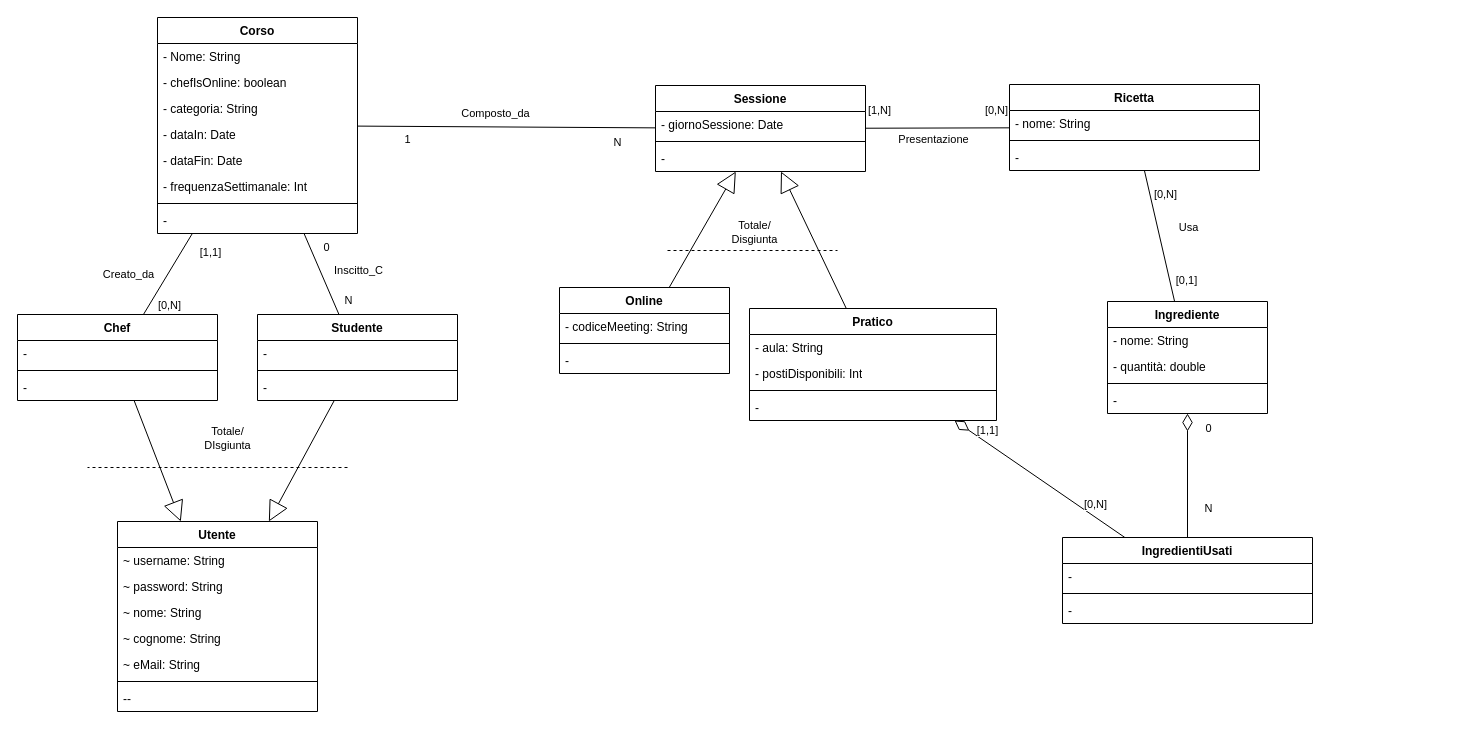
This is page "umlNonRistrutturato" (1 of 5) of bdd/uml/UML1.drawio from MetisWastaken/UninaFoodLab, a draw.io file, before an edit. Source tidied: cells renumbered, new cells numbered last; positions are measured from the earlier drawing's top-left corner, leaving out a move shared by most shapes. Both pictures are drawn from the tidied source at 100%, with x=0, y=0 at pixel (17, 17).
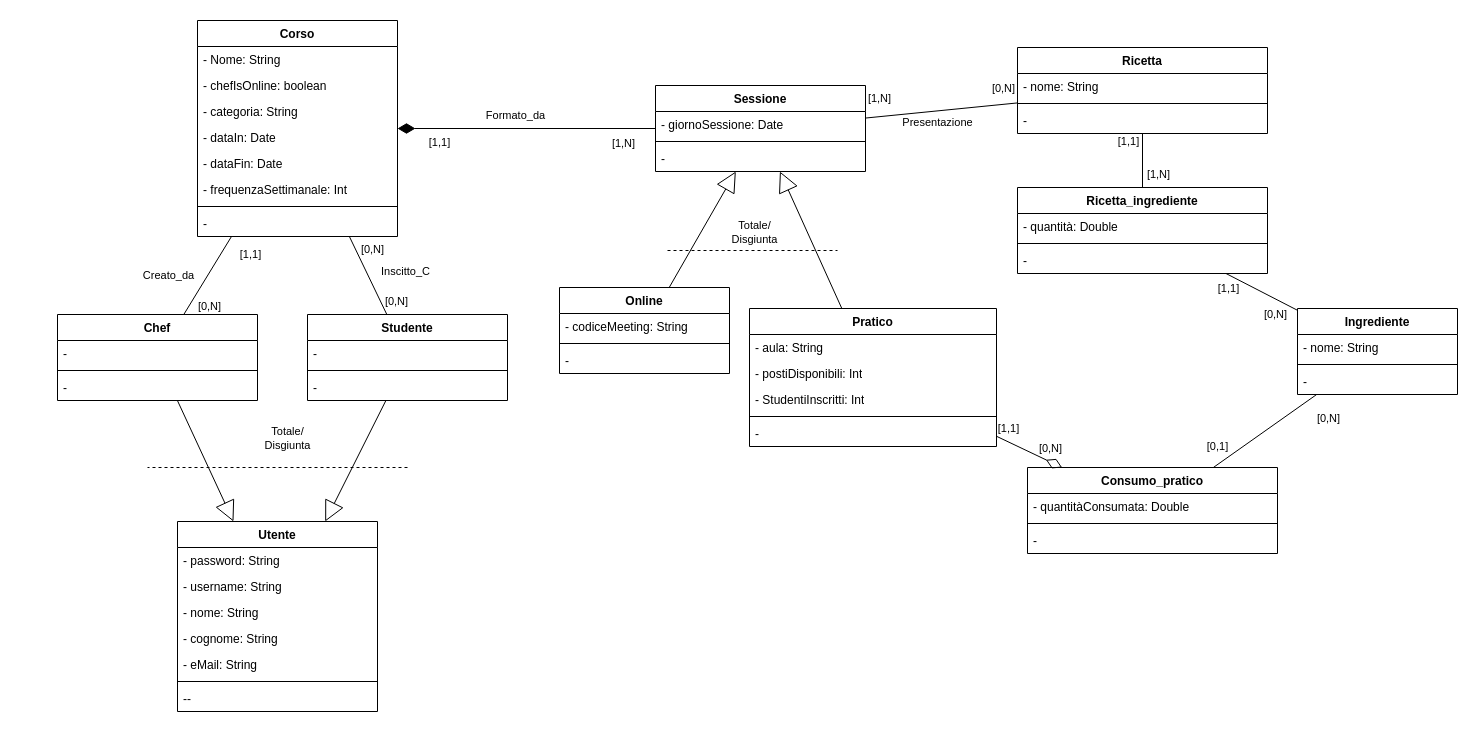
The same page after the edit.

The change refers to these unchanged cells:
```xml
<mxCell id="29" value="Sessione" style="swimlane;align=center;verticalAlign=top;horizontal=1;startSize=26;whiteSpace=wrap;html=1;" parent="1" vertex="1">
  <mxGeometry x="638" y="68" width="210" height="86" as="geometry" />
</mxCell>
<mxCell id="65" style="edgeStyle=none;shape=connector;rounded=0;jettySize=auto;html=1;strokeColor=default;strokeWidth=1;align=center;verticalAlign=middle;endArrow=none;endFill=0;endSize=6;" parent="1" edge="1" source="25" target="2">
  <mxGeometry relative="1" as="geometry" />
</mxCell>
```

Change to the diagram source:
```diff
@@
     <mxCell id="2" value="Corso" style="swimlane;align=center;verticalAlign=top;horizontal=1;startSize=26;whiteSpace=wrap;html=1;" parent="1" vertex="1">
-      <mxGeometry x="140" width="200" height="216" as="geometry" />
+      <mxGeometry x="180" y="3" width="200" height="216" as="geometry" />
     </mxCell>
@@
     <mxCell id="11" value="Utente" style="swimlane;align=center;verticalAlign=top;horizontal=1;startSize=26;whiteSpace=wrap;html=1;" parent="1" vertex="1">
-      <mxGeometry x="100" y="504" width="200" height="190" as="geometry" />
+      <mxGeometry x="160" y="504" width="200" height="190" as="geometry" />
     </mxCell>
+    <mxCell id="13" value="- password: String" style="text;strokeColor=none;fillColor=none;align=left;verticalAlign=top;spacingLeft=4;spacingRight=4;overflow=hidden;whiteSpace=wrap;html=1;" parent="11" vertex="1">
+      <mxGeometry y="26" width="200" height="26" as="geometry" />
+    </mxCell>
-    <mxCell id="12" value="~ username: String" style="text;strokeColor=none;fillColor=none;align=left;verticalAlign=top;spacingLeft=4;spacingRight=4;overflow=hidden;whiteSpace=wrap;html=1;" parent="11" vertex="1">
-      <mxGeometry y="26" width="200" height="26" as="geometry" />
+    <mxCell id="12" value="- username: String" style="text;strokeColor=none;fillColor=none;align=left;verticalAlign=top;spacingLeft=4;spacingRight=4;overflow=hidden;whiteSpace=wrap;html=1;" parent="11" vertex="1">
+      <mxGeometry y="52" width="200" height="26" as="geometry" />
     </mxCell>
-    <mxCell id="13" value="~ password: String" style="text;strokeColor=none;fillColor=none;align=left;verticalAlign=top;spacingLeft=4;spacingRight=4;overflow=hidden;whiteSpace=wrap;html=1;" parent="11" vertex="1">
-      <mxGeometry y="52" width="200" height="26" as="geometry" />
-    </mxCell>
-    <mxCell id="14" value="~ nome: String" style="text;strokeColor=none;fillColor=none;align=left;verticalAlign=top;spacingLeft=4;spacingRight=4;overflow=hidden;whiteSpace=wrap;html=1;" parent="11" vertex="1">
+    <mxCell id="14" value="- nome: String" style="text;strokeColor=none;fillColor=none;align=left;verticalAlign=top;spacingLeft=4;spacingRight=4;overflow=hidden;whiteSpace=wrap;html=1;" parent="11" vertex="1">
       <mxGeometry y="78" width="200" height="26" as="geometry" />
     </mxCell>
-    <mxCell id="15" value="~ cognome: String" style="text;strokeColor=none;fillColor=none;align=left;verticalAlign=top;spacingLeft=4;spacingRight=4;overflow=hidden;whiteSpace=wrap;html=1;" parent="11" vertex="1">
+    <mxCell id="15" value="- cognome: String" style="text;strokeColor=none;fillColor=none;align=left;verticalAlign=top;spacingLeft=4;spacingRight=4;overflow=hidden;whiteSpace=wrap;html=1;" parent="11" vertex="1">
       <mxGeometry y="104" width="200" height="26" as="geometry" />
     </mxCell>
-    <mxCell id="16" value="~&amp;nbsp;eMail: String" style="text;strokeColor=none;fillColor=none;align=left;verticalAlign=top;spacingLeft=4;spacingRight=4;overflow=hidden;whiteSpace=wrap;html=1;" parent="11" vertex="1">
+    <mxCell id="16" value="- eMail: String" style="text;strokeColor=none;fillColor=none;align=left;verticalAlign=top;spacingLeft=4;spacingRight=4;overflow=hidden;whiteSpace=wrap;html=1;" parent="11" vertex="1">
       <mxGeometry y="130" width="200" height="26" as="geometry" />
     </mxCell>
@@
     <mxCell id="20" value="Chef" style="swimlane;align=center;verticalAlign=top;horizontal=1;startSize=26;whiteSpace=wrap;html=1;" parent="1" vertex="1">
-      <mxGeometry y="297" width="200" height="86" as="geometry" />
+      <mxGeometry x="40" y="297" width="200" height="86" as="geometry" />
     </mxCell>
@@
     <mxCell id="25" value="Studente" style="swimlane;align=center;verticalAlign=top;horizontal=1;startSize=26;whiteSpace=wrap;html=1;" parent="1" vertex="1">
-      <mxGeometry x="240" y="297" width="200" height="86" as="geometry" />
+      <mxGeometry x="290" y="297" width="200" height="86" as="geometry" />
     </mxCell>
@@
     <mxCell id="38" value="Ingrediente" style="swimlane;align=center;verticalAlign=top;horizontal=1;startSize=26;whiteSpace=wrap;html=1;" parent="1" vertex="1">
-      <mxGeometry x="1090" y="284" width="160" height="112" as="geometry" />
+      <mxGeometry x="1280" y="291" width="160" height="86" as="geometry" />
     </mxCell>
@@
-    <mxCell id="40" value="- quantità: double" style="text;strokeColor=none;fillColor=none;align=left;verticalAlign=top;spacingLeft=4;spacingRight=4;overflow=hidden;whiteSpace=wrap;html=1;" parent="38" vertex="1">
-      <mxGeometry y="52" width="160" height="26" as="geometry" />
-    </mxCell>
     <mxCell id="41" style="line;strokeWidth=1;fillColor=none;align=left;verticalAlign=middle;spacingTop=-1;spacingLeft=3;spacingRight=3;labelPosition=right;strokeColor=inherit;" parent="38" vertex="1">
-      <mxGeometry y="78" width="160" height="8" as="geometry" />
+      <mxGeometry y="52" width="160" height="8" as="geometry" />
     </mxCell>
     <mxCell id="42" value="-" style="text;strokeColor=none;fillColor=none;align=left;verticalAlign=top;spacingLeft=4;spacingRight=4;overflow=hidden;whiteSpace=wrap;html=1;" parent="38" vertex="1">
-      <mxGeometry y="86" width="160" height="26" as="geometry" />
+      <mxGeometry y="60" width="160" height="26" as="geometry" />
     </mxCell>
@@
     <mxCell id="44" value="Pratico" style="swimlane;align=center;verticalAlign=top;horizontal=1;startSize=26;whiteSpace=wrap;html=1;" parent="1" vertex="1">
-      <mxGeometry x="732" y="291" width="247" height="112" as="geometry" />
+      <mxGeometry x="732" y="291" width="247" height="138" as="geometry" />
     </mxCell>
@@
+    <mxCell id="87" value="- StudentiInscritti: Int" style="text;strokeColor=none;fillColor=none;align=left;verticalAlign=top;spacingLeft=4;spacingRight=4;overflow=hidden;whiteSpace=wrap;html=1;" parent="44" vertex="1">
+      <mxGeometry y="78" width="247" height="26" as="geometry" />
+    </mxCell>
     <mxCell id="47" style="line;strokeWidth=1;fillColor=none;align=left;verticalAlign=middle;spacingTop=-1;spacingLeft=3;spacingRight=3;labelPosition=right;strokeColor=inherit;" parent="44" vertex="1">
-      <mxGeometry y="78" width="247" height="8" as="geometry" />
+      <mxGeometry y="104" width="247" height="8" as="geometry" />
     </mxCell>
     <mxCell id="48" value="-" style="text;strokeColor=none;fillColor=none;align=left;verticalAlign=top;spacingLeft=4;spacingRight=4;overflow=hidden;whiteSpace=wrap;html=1;" parent="44" vertex="1">
-      <mxGeometry y="86" width="247" height="26" as="geometry" />
+      <mxGeometry y="112" width="247" height="26" as="geometry" />
     </mxCell>
+    <mxCell id="88" style="rounded=0;jettySize=auto;html=1;endArrow=none;endFill=0;" parent="1" edge="1" source="49" target="91">
+      <mxGeometry relative="1" as="geometry" />
+    </mxCell>
+    <mxCell id="89" value="[1,N]" style="edgeLabel;html=1;align=center;verticalAlign=middle;" parent="88" vertex="1">
+      <mxGeometry x="-0.63" y="-1" relative="1" as="geometry">
+        <mxPoint x="16" y="30" as="offset" />
+      </mxGeometry>
+    </mxCell>
+    <mxCell id="90" value="[1,1]" style="edgeLabel;html=1;align=center;verticalAlign=middle;" parent="88" vertex="1">
+      <mxGeometry x="-0.74" y="-1" relative="1" as="geometry">
+        <mxPoint x="-14" as="offset" />
+      </mxGeometry>
+    </mxCell>
     <mxCell id="49" value="Ricetta" style="swimlane;align=center;verticalAlign=top;horizontal=1;startSize=26;whiteSpace=wrap;html=1;" parent="1" vertex="1">
-      <mxGeometry x="992" y="67" width="250" height="86" as="geometry" />
+      <mxGeometry x="1000" y="30" width="250" height="86" as="geometry" />
     </mxCell>
@@
-    <mxCell id="53" value="IngredientiUsati" style="swimlane;align=center;verticalAlign=top;horizontal=1;startSize=26;whiteSpace=wrap;html=1;" parent="1" vertex="1">
-      <mxGeometry x="1045" y="520" width="250" height="86" as="geometry" />
+    <mxCell id="53" value="Consumo_pratico" style="swimlane;align=center;verticalAlign=top;horizontal=1;startSize=26;whiteSpace=wrap;html=1;" parent="1" vertex="1">
+      <mxGeometry x="1010" y="450" width="250" height="86" as="geometry" />
     </mxCell>
-    <mxCell id="54" value="-&amp;nbsp;" style="text;strokeColor=none;fillColor=none;align=left;verticalAlign=top;spacingLeft=4;spacingRight=4;overflow=hidden;whiteSpace=wrap;html=1;" parent="53" vertex="1">
-      <mxGeometry y="26" width="250" height="26" as="geometry" />
-    </mxCell>
+    <mxCell id="40" value="- quantitàConsumata: Double" style="text;strokeColor=none;fillColor=none;align=left;verticalAlign=top;spacingLeft=4;spacingRight=4;overflow=hidden;whiteSpace=wrap;html=1;" parent="53" vertex="1">
+      <mxGeometry y="26" width="250" height="26" as="geometry" />
+    </mxCell>
@@
     <mxCell id="57" style="endArrow=none;dashed=1;html=1;rounded=0;" parent="1" edge="1">
       <mxGeometry relative="1" as="geometry">
-        <mxPoint x="330" y="450" as="sourcePoint" />
-        <mxPoint x="70" y="450" as="targetPoint" />
+        <mxPoint x="390" y="450" as="sourcePoint" />
+        <mxPoint x="130" y="450" as="targetPoint" />
       </mxGeometry>
     </mxCell>
-    <mxCell id="58" value="Totale/&lt;br&gt;DIsgiunta" style="edgeLabel;html=1;align=center;verticalAlign=middle;" parent="57" vertex="1">
+    <mxCell id="58" value="Totale/&lt;br&gt;Disgiunta" style="edgeLabel;html=1;align=center;verticalAlign=middle;" parent="57" vertex="1">
       <mxGeometry x="0.34" y="-1" relative="1" as="geometry">
         <mxPoint x="53" y="-29" as="offset" />
       </mxGeometry>
     </mxCell>
@@
-    <mxCell id="67" value="0" style="edgeLabel;html=1;align=center;verticalAlign=middle;" parent="65" vertex="1">
+    <mxCell id="67" value="[0,N]" style="edgeLabel;html=1;align=center;verticalAlign=middle;" parent="65" vertex="1">
       <mxGeometry x="0.61" relative="1" as="geometry">
         <mxPoint x="15" y="-2" as="offset" />
       </mxGeometry>
     </mxCell>
-    <mxCell id="68" value="N" style="edgeLabel;html=1;align=center;verticalAlign=middle;" parent="65" vertex="1">
+    <mxCell id="68" value="[0,N]" style="edgeLabel;html=1;align=center;verticalAlign=middle;" parent="65" vertex="1">
       <mxGeometry x="-0.67" y="-1" relative="1" as="geometry">
         <mxPoint x="14" as="offset" />
       </mxGeometry>
     </mxCell>
-    <mxCell id="69" style="edgeStyle=none;shape=connector;rounded=0;jettySize=auto;html=1;strokeColor=default;strokeWidth=1;align=center;verticalAlign=middle;endArrow=none;endFill=0;endSize=6;startArrow=none;startFill=0;" parent="1" edge="1" source="29" target="2">
+    <mxCell id="69" style="edgeStyle=none;shape=connector;rounded=0;jettySize=auto;html=1;strokeColor=default;strokeWidth=1;align=center;verticalAlign=middle;endArrow=diamondThin;endFill=1;endSize=15;startArrow=none;startFill=0;" parent="1" edge="1" source="29" target="2">
       <mxGeometry relative="1" as="geometry" />
     </mxCell>
-    <mxCell id="70" value="1" style="edgeLabel;html=1;align=center;verticalAlign=middle;" parent="69" vertex="1">
+    <mxCell id="70" value="[1,1]" style="edgeLabel;html=1;align=center;verticalAlign=middle;" parent="69" vertex="1">
       <mxGeometry x="0.61" relative="1" as="geometry">
         <mxPoint x="-9" y="13" as="offset" />
       </mxGeometry>
     </mxCell>
-    <mxCell id="71" value="N" style="edgeLabel;html=1;align=center;verticalAlign=middle;" parent="69" vertex="1">
+    <mxCell id="71" value="[1,N]" style="edgeLabel;html=1;align=center;verticalAlign=middle;" parent="69" vertex="1">
       <mxGeometry x="-0.67" y="-1" relative="1" as="geometry">
         <mxPoint x="10" y="15" as="offset" />
       </mxGeometry>
     </mxCell>
-    <mxCell id="72" value="Composto_da" style="edgeLabel;html=1;align=center;verticalAlign=middle;" parent="69" vertex="1">
+    <mxCell id="72" value="Formato_da" style="edgeLabel;html=1;align=center;verticalAlign=middle;" parent="69" vertex="1">
       <mxGeometry x="-0.01" y="-1" relative="1" as="geometry">
         <mxPoint x="-13" y="-13" as="offset" />
       </mxGeometry>
     </mxCell>
@@
-    <mxCell id="77" style="edgeStyle=none;shape=connector;rounded=0;jettySize=auto;html=1;strokeColor=default;strokeWidth=1;align=center;verticalAlign=middle;endArrow=none;endFill=0;endSize=6;startArrow=none;startFill=0;" parent="1" edge="1" source="38" target="49">
+    <mxCell id="77" style="edgeStyle=none;shape=connector;rounded=0;jettySize=auto;html=1;strokeColor=default;strokeWidth=1;align=center;verticalAlign=middle;endArrow=none;endFill=0;endSize=6;startArrow=none;startFill=0;" parent="1" edge="1" source="38" target="91">
       <mxGeometry relative="1" as="geometry" />
     </mxCell>
-    <mxCell id="78" value="[0,N]" style="edgeLabel;html=1;align=center;verticalAlign=middle;" parent="77" vertex="1">
+    <mxCell id="78" value="[1,1]" style="edgeLabel;html=1;align=center;verticalAlign=middle;" parent="77" vertex="1">
       <mxGeometry x="0.61" relative="1" as="geometry">
-        <mxPoint x="15" y="-2" as="offset" />
+        <mxPoint x="-12" y="7" as="offset" />
       </mxGeometry>
     </mxCell>
-    <mxCell id="79" value="[0,1]" style="edgeLabel;html=1;align=center;verticalAlign=middle;" parent="77" vertex="1">
+    <mxCell id="79" value="[0,N]" style="edgeLabel;html=1;align=center;verticalAlign=middle;" parent="77" vertex="1">
       <mxGeometry x="-0.67" y="-1" relative="1" as="geometry">
-        <mxPoint x="15" as="offset" />
+        <mxPoint x="-11" y="11" as="offset" />
       </mxGeometry>
     </mxCell>
-    <mxCell id="80" value="Usa" style="edgeLabel;html=1;align=center;verticalAlign=middle;" parent="77" vertex="1">
-      <mxGeometry x="-0.04" y="-4" relative="1" as="geometry">
-        <mxPoint x="24" y="-10" as="offset" />
-      </mxGeometry>
-    </mxCell>
-    <mxCell id="81" style="edgeStyle=none;shape=connector;rounded=0;jettySize=auto;html=1;strokeColor=default;strokeWidth=1;align=center;verticalAlign=middle;endArrow=diamondThin;endFill=0;endSize=15;" parent="1" edge="1" source="53" target="44">
+    <mxCell id="81" style="edgeStyle=none;shape=connector;rounded=0;jettySize=auto;html=1;strokeColor=default;strokeWidth=1;align=center;verticalAlign=middle;endArrow=none;endFill=0;endSize=15;startArrow=diamondThin;startFill=0;startSize=15;" parent="1" edge="1" source="53" target="44">
       <mxGeometry relative="1" as="geometry" />
     </mxCell>
@@
-    <mxCell id="84" style="edgeStyle=none;shape=connector;rounded=0;jettySize=auto;html=1;strokeColor=default;strokeWidth=1;align=center;verticalAlign=middle;endArrow=diamondThin;endFill=0;endSize=15;" parent="1" edge="1" source="53" target="38">
+    <mxCell id="84" style="edgeStyle=none;shape=connector;rounded=0;jettySize=auto;html=1;strokeColor=default;strokeWidth=1;align=center;verticalAlign=middle;endArrow=none;endFill=0;endSize=15;startArrow=none;startFill=0;startSize=15;" parent="1" edge="1" source="53" target="38">
       <mxGeometry relative="1" as="geometry" />
     </mxCell>
-    <mxCell id="85" value="0" style="edgeLabel;html=1;align=center;verticalAlign=middle;" parent="84" vertex="1">
+    <mxCell id="85" value="[0,N]" style="edgeLabel;html=1;align=center;verticalAlign=middle;" parent="84" vertex="1">
       <mxGeometry x="0.61" relative="1" as="geometry">
-        <mxPoint x="20" y="-10" as="offset" />
+        <mxPoint x="31" y="9" as="offset" />
       </mxGeometry>
     </mxCell>
-    <mxCell id="86" value="N" style="edgeLabel;html=1;align=center;verticalAlign=middle;" parent="84" vertex="1">
+    <mxCell id="86" value="[0,1]" style="edgeLabel;html=1;align=center;verticalAlign=middle;" parent="84" vertex="1">
       <mxGeometry x="-0.67" y="-1" relative="1" as="geometry">
-        <mxPoint x="19" y="-10" as="offset" />
+        <mxPoint x="-14" y="-10" as="offset" />
       </mxGeometry>
     </mxCell>
+    <mxCell id="91" value="Ricetta_ingrediente" style="swimlane;align=center;verticalAlign=top;horizontal=1;startSize=26;whiteSpace=wrap;html=1;" parent="1" vertex="1">
+      <mxGeometry x="1000" y="170" width="250" height="86" as="geometry" />
+    </mxCell>
+    <mxCell id="92" value="- quantità: Double" style="text;strokeColor=none;fillColor=none;align=left;verticalAlign=top;spacingLeft=4;spacingRight=4;overflow=hidden;whiteSpace=wrap;html=1;" parent="91" vertex="1">
+      <mxGeometry y="26" width="250" height="26" as="geometry" />
+    </mxCell>
+    <mxCell id="93" style="line;strokeWidth=1;fillColor=none;align=left;verticalAlign=middle;spacingTop=-1;spacingLeft=3;spacingRight=3;labelPosition=right;strokeColor=inherit;" parent="91" vertex="1">
+      <mxGeometry y="52" width="250" height="8" as="geometry" />
+    </mxCell>
+    <mxCell id="54" value="-" style="text;strokeColor=none;fillColor=none;align=left;verticalAlign=top;spacingLeft=4;spacingRight=4;overflow=hidden;whiteSpace=wrap;html=1;" parent="91" vertex="1">
+      <mxGeometry y="60" width="250" height="26" as="geometry" />
+    </mxCell>
```
